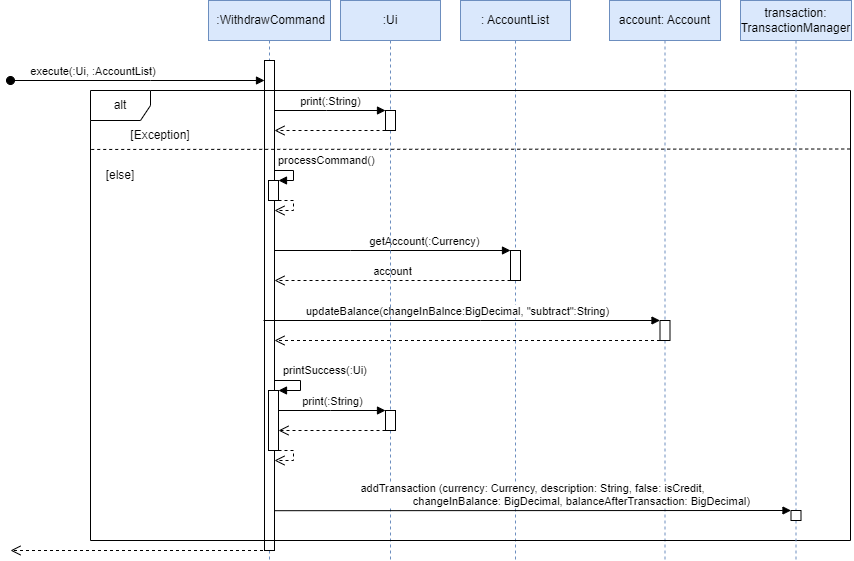
The draw.io diagram docs/images/WithdrawCommandSeqDiagram.png in woowenjun99/tp, before a commit. Source tidied: cells renumbered, new cells last; positions are measured from the earlier drawing's top-left corner, leaving out a move shared by most shapes.
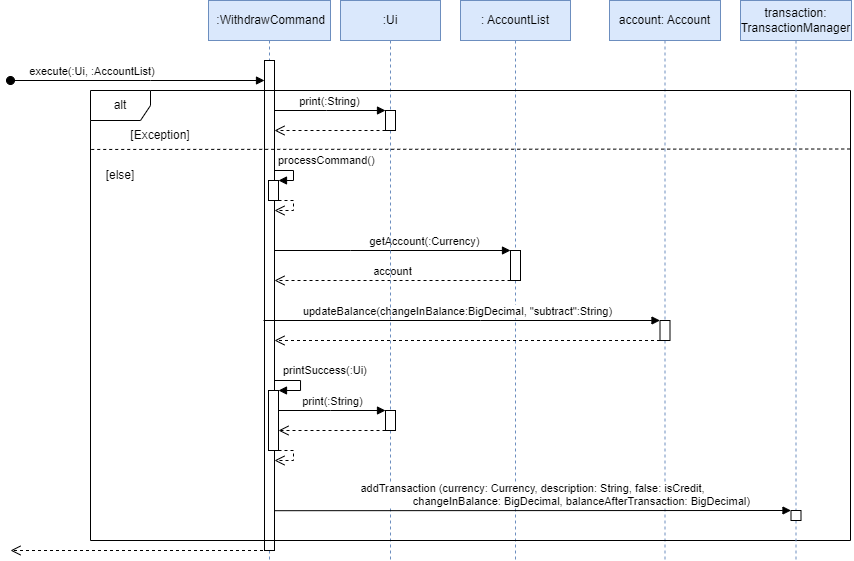
The same file after the commit.

Commit message:
Modify add, withdraw seq diagram

The edit, as a diff of the source:
```diff
@@ -86,7 +86,7 @@
     <mxCell id="16" style="html=1;points=[];perimeter=orthogonalPerimeter;outlineConnect=0;targetShapes=umlLifeline;portConstraint=eastwest;newEdgeStyle={&quot;edgeStyle&quot;:&quot;elbowEdgeStyle&quot;,&quot;elbow&quot;:&quot;vertical&quot;,&quot;curved&quot;:0,&quot;rounded&quot;:0};" parent="15" vertex="1">
       <mxGeometry x="50.5" y="320" width="10" height="20" as="geometry" />
     </mxCell>
-    <mxCell id="17" value="updateBalance(changeInBalnce:BigDecimal, &quot;subtract&quot;:String)" style="html=1;verticalAlign=bottom;endArrow=block;edgeStyle=elbowEdgeStyle;elbow=vertical;curved=0;rounded=0;" parent="1" edge="1" target="16">
+    <mxCell id="17" value="updateBalance(changeInBalance:BigDecimal, &quot;subtract&quot;:String)" style="html=1;verticalAlign=bottom;endArrow=block;edgeStyle=elbowEdgeStyle;elbow=vertical;curved=0;rounded=0;" parent="1" edge="1" target="16">
       <mxGeometry x="-0.02" relative="1" as="geometry">
         <mxPoint x="253" y="320" as="sourcePoint" />
         <Array as="points">
```
